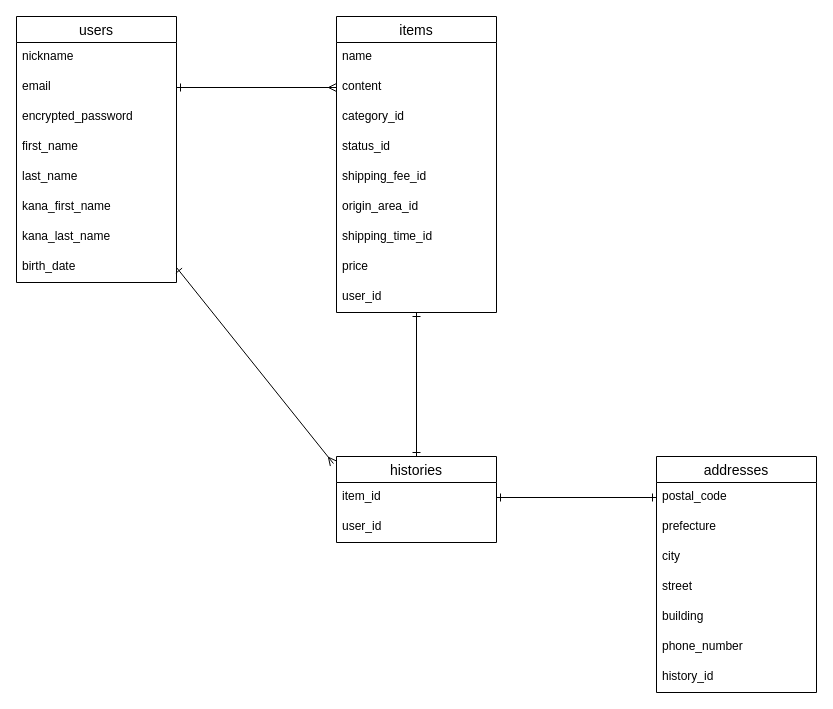
Before: ER.dio in NaokiKojimaJapan/furima-40284, a draw.io diagram. Source tidied: cells renumbered, new cells numbered last; positions are measured from the earlier drawing's top-left corner, leaving out a move shared by most shapes. Both pictures are drawn from the tidied source at 100%, with x=0, y=0 at pixel (16, 16).
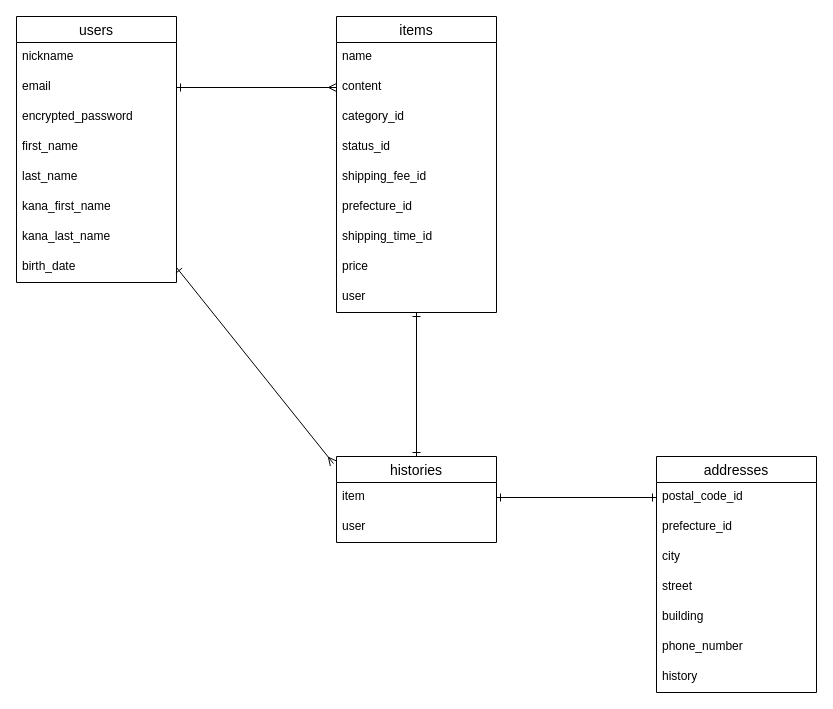
Above is the later version.

Commit message (it also covers changes not shown here):
データベース設計#4

The change refers to these unchanged cells:
```xml
<mxCell id="11" value="addresses" style="swimlane;fontStyle=0;horizontal=1;startSize=26;align=center;fontSize=14;" parent="1" vertex="1">
  <mxGeometry x="640" y="440" width="160" height="236" as="geometry" />
</mxCell>
<mxCell id="19" value="items" style="swimlane;fontStyle=0;horizontal=1;startSize=26;align=center;fontSize=14;" parent="1" vertex="1">
  <mxGeometry x="320" width="160" height="296" as="geometry" />
</mxCell>
<mxCell id="29" value="histories" style="swimlane;fontStyle=0;horizontal=1;startSize=26;align=center;fontSize=14;" parent="1" vertex="1">
  <mxGeometry x="320" y="440" width="160" height="86" as="geometry" />
</mxCell>
```

The edit, as a diff of the source:
```diff
@@
-    <mxCell id="12" value="postal_code" style="text;strokeColor=none;fillColor=none;spacingLeft=4;spacingRight=4;overflow=hidden;points=[[0,0.5],[1,0.5]];portConstraint=eastwest;fontSize=12;" parent="11" vertex="1">
+    <mxCell id="12" value="postal_code_id" style="text;strokeColor=none;fillColor=none;spacingLeft=4;spacingRight=4;overflow=hidden;points=[[0,0.5],[1,0.5]];portConstraint=eastwest;fontSize=12;" parent="11" vertex="1">
       <mxGeometry y="26" width="160" height="30" as="geometry" />
     </mxCell>
-    <mxCell id="13" value="prefecture" style="text;strokeColor=none;fillColor=none;spacingLeft=4;spacingRight=4;overflow=hidden;fontSize=12;" parent="11" vertex="1">
+    <mxCell id="13" value="prefecture_id" style="text;strokeColor=none;fillColor=none;spacingLeft=4;spacingRight=4;overflow=hidden;fontSize=12;" parent="11" vertex="1">
       <mxGeometry y="56" width="160" height="30" as="geometry" />
     </mxCell>
@@
-    <mxCell id="18" value="history_id" style="text;strokeColor=none;fillColor=none;spacingLeft=4;spacingRight=4;overflow=hidden;fontSize=12;" parent="11" vertex="1">
+    <mxCell id="18" value="history" style="text;strokeColor=none;fillColor=none;spacingLeft=4;spacingRight=4;overflow=hidden;fontSize=12;" parent="11" vertex="1">
       <mxGeometry y="206" width="160" height="30" as="geometry" />
     </mxCell>
@@
-    <mxCell id="25" value="origin_area_id" style="text;strokeColor=none;fillColor=none;spacingLeft=4;spacingRight=4;overflow=hidden;fontSize=12;" parent="19" vertex="1">
+    <mxCell id="25" value="prefecture_id" style="text;strokeColor=none;fillColor=none;spacingLeft=4;spacingRight=4;overflow=hidden;fontSize=12;" parent="19" vertex="1">
       <mxGeometry y="176" width="160" height="30" as="geometry" />
     </mxCell>
@@
-    <mxCell id="28" value="user_id" style="text;strokeColor=none;fillColor=none;spacingLeft=4;spacingRight=4;overflow=hidden;points=[[0,0.5],[1,0.5]];portConstraint=eastwest;fontSize=12;" parent="19" vertex="1">
+    <mxCell id="28" value="user" style="text;strokeColor=none;fillColor=none;spacingLeft=4;spacingRight=4;overflow=hidden;points=[[0,0.5],[1,0.5]];portConstraint=eastwest;fontSize=12;" parent="19" vertex="1">
       <mxGeometry y="266" width="160" height="30" as="geometry" />
     </mxCell>
@@
-    <mxCell id="30" value="item_id" style="text;strokeColor=none;fillColor=none;spacingLeft=4;spacingRight=4;overflow=hidden;points=[[0,0.5],[1,0.5]];portConstraint=eastwest;fontSize=12;" parent="29" vertex="1">
+    <mxCell id="30" value="item" style="text;strokeColor=none;fillColor=none;spacingLeft=4;spacingRight=4;overflow=hidden;points=[[0,0.5],[1,0.5]];portConstraint=eastwest;fontSize=12;" parent="29" vertex="1">
       <mxGeometry y="26" width="160" height="30" as="geometry" />
     </mxCell>
-    <mxCell id="31" value="user_id" style="text;strokeColor=none;fillColor=none;spacingLeft=4;spacingRight=4;overflow=hidden;fontSize=12;" parent="29" vertex="1">
+    <mxCell id="31" value="user" style="text;strokeColor=none;fillColor=none;spacingLeft=4;spacingRight=4;overflow=hidden;fontSize=12;" parent="29" vertex="1">
       <mxGeometry y="56" width="160" height="30" as="geometry" />
     </mxCell>
```
